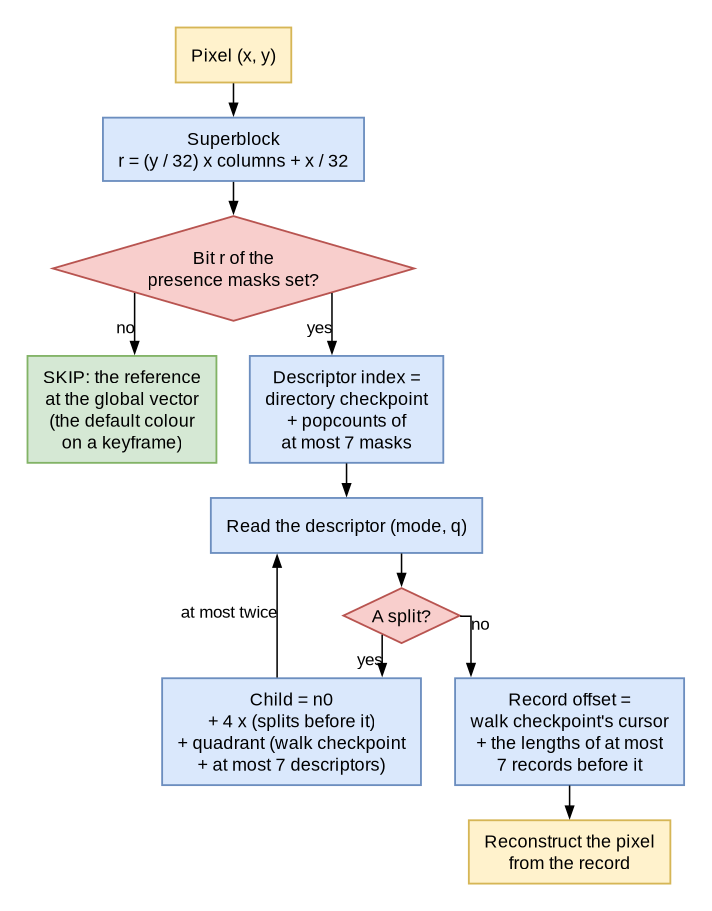
Above: docs/images/mcv2/leaf.png in PulseBeat02/mcav (Graphviz), before the change. Its source is kept beside it as tools/mcv2/figures/leaf.dot.
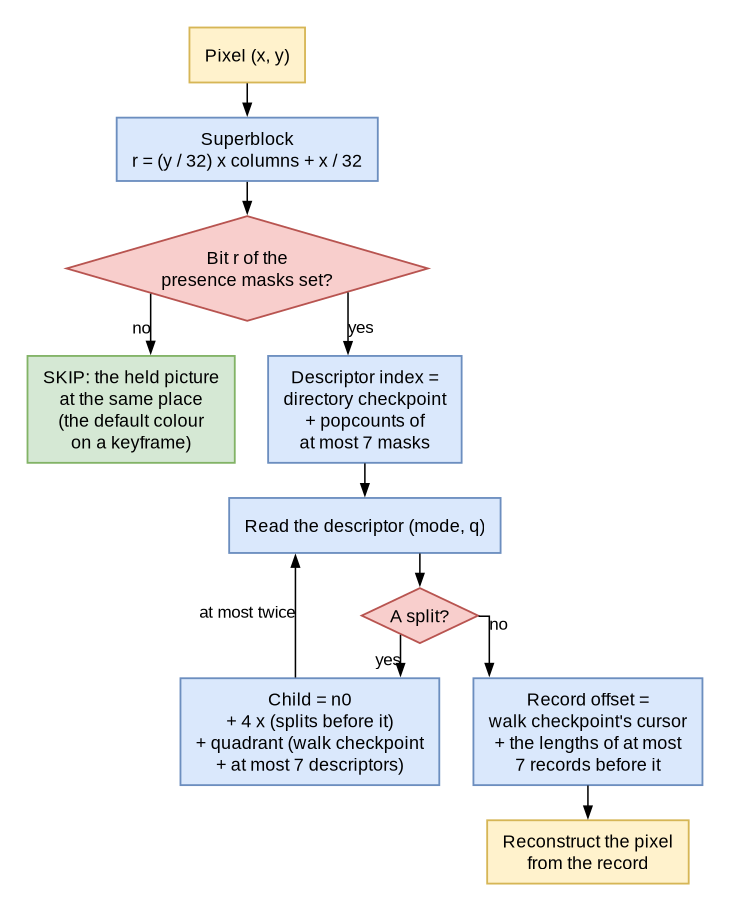
The same file after the commit.

Commit message:
Docs: the decode and leaf diagrams show version 3: one held picture, SKIP at the same place

What changed in the source:
```diff
@@ -11,7 +11,7 @@
   pixel [label="Pixel (x, y)", fillcolor="#fff2cc", color="#d6b656"];
   root [label="Superblock\nr = (y / 32) x columns + x / 32"];
   present [shape=diamond, label="Bit r of the\npresence masks set?", fillcolor="#f8cecc", color="#b85450", margin="0.04,0.04"];
-  skip [label="SKIP: the reference\nat the global vector\n(the default colour\non a keyframe)", fillcolor="#d5e8d4", color="#82b366"];
+  skip [label="SKIP: the held picture\nat the same place\n(the default colour\non a keyframe)", fillcolor="#d5e8d4", color="#82b366"];
   index [label="Descriptor index =\ndirectory checkpoint\n+ popcounts of\nat most 7 masks"];
   read [label="Read the descriptor (mode, q)"];
   split [shape=diamond, label="A split?", fillcolor="#f8cecc", color="#b85450", margin="0.04,0.04"];
```
